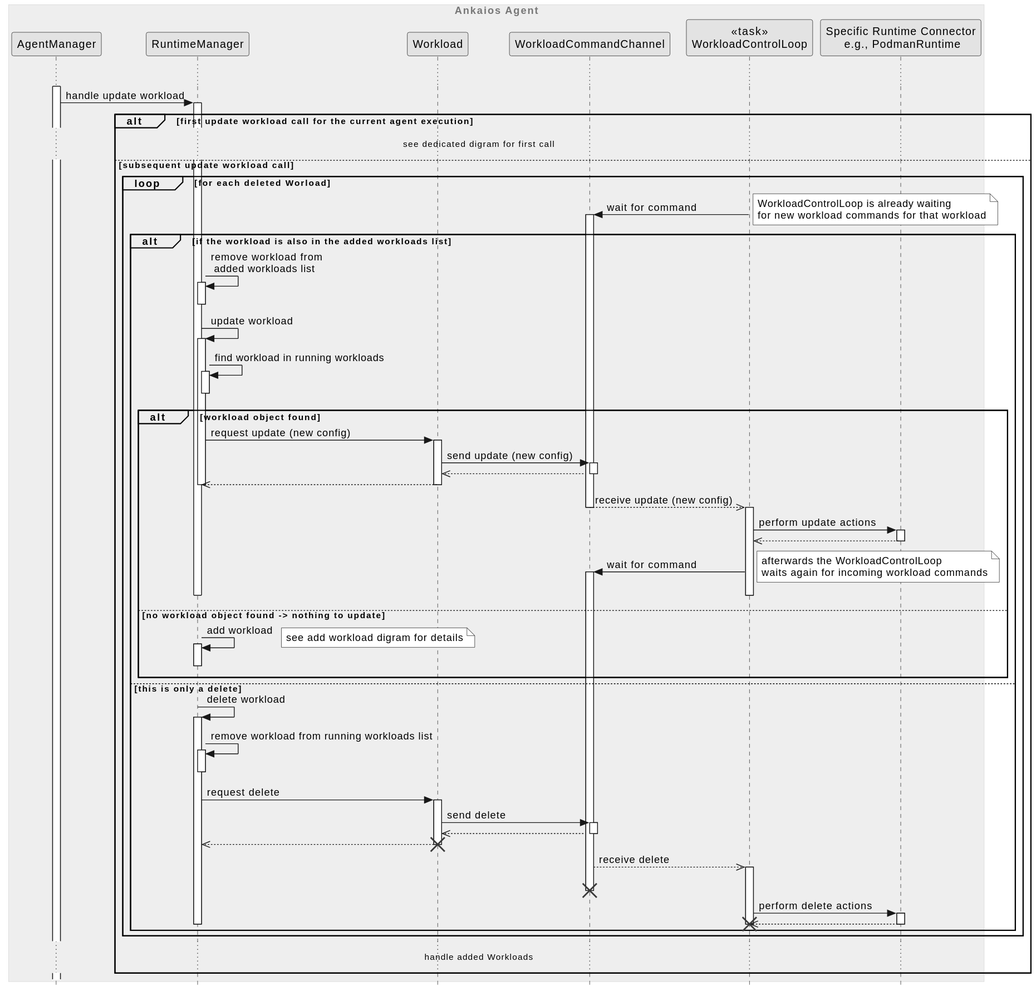
The PlantUML diagram agent/doc/swdesign/plantuml/seq_update_workload_subsequent_deleted.svg in eclipse-ankaios/ankaios, before a commit.
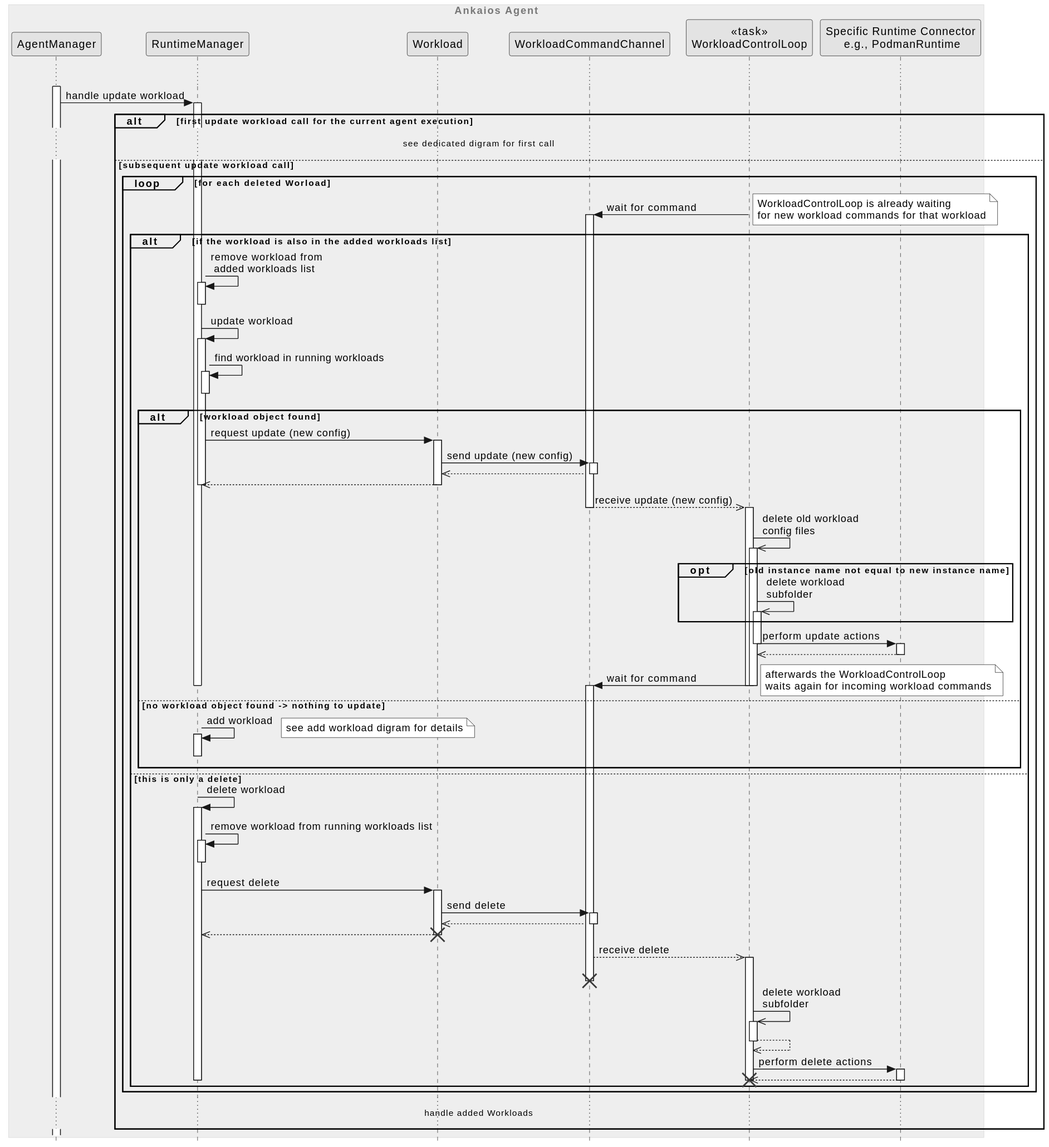
After the change.

Diff of the diagram source:
```diff
@@ -38,9 +38,13 @@
                 deactivate workload
                 workload_command -->> workload_control_loop --++: receive update (new config)
                 deactivate workload_command
-                workload_control_loop -> runtime ++: perform update actions
+                workload_control_loop ->> workload_control_loop++: delete old workload\nconfig files
+                opt old instance name not equal to new instance name
+                    workload_control_loop ->> workload_control_loop++: delete workload\nsubfolder
+                end
+                workload_control_loop -> runtime --++: perform update actions
                 runtime -->> workload_control_loop--
-                workload_control_loop -> workload_command ++: wait for command
+                workload_control_loop -> workload_command --++: wait for command
                 note right
                     afterwards the WorkloadControlLoop
                     waits again for incoming workload commands
@@ -63,6 +67,8 @@
             destroy workload
             workload_command -->> workload_control_loop ++: receive delete
             destroy workload_command
+            workload_control_loop ->> workload_control_loop++: delete workload\nsubfolder
+            workload_control_loop -->> workload_control_loop--
             workload_control_loop -> runtime++: perform delete actions
             runtime -->> workload_control_loop--
             destroy workload_control_loop
```
